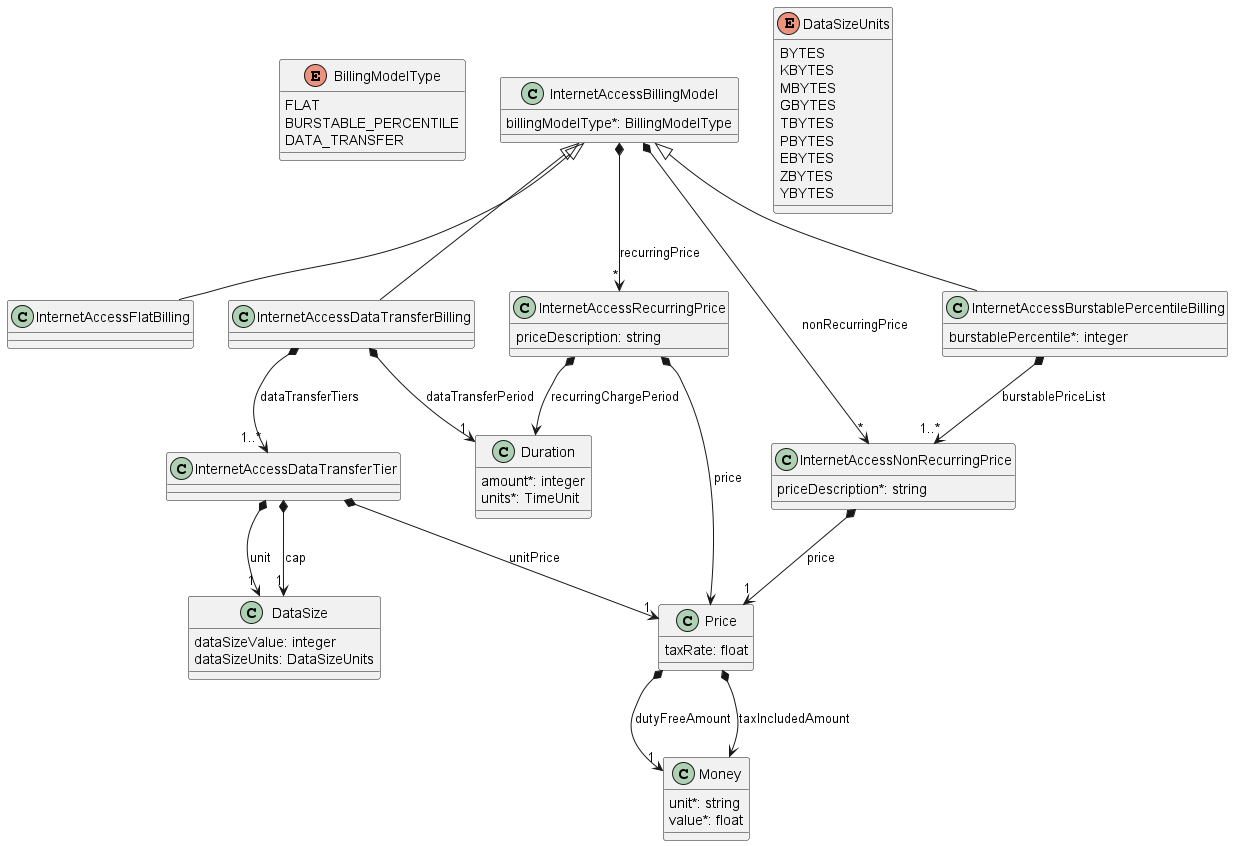
Before: documentation/productSchema/ip/internetAccess/MEF 139.1 resources/media/16Billing.png, a diagram exported from PlantUML (MEF-GIT/MEF-LSO-Sonata-SDK). Its diagram source:
```plantuml
@startuml


enum BillingModelType {

    FLAT
    BURSTABLE_PERCENTILE
    DATA_TRANSFER
}

class InternetAccessFlatBilling {

}
InternetAccessBillingModel <|-- InternetAccessFlatBilling


class InternetAccessBurstablePercentileBilling {

    burstablePercentile*: integer
}
InternetAccessBillingModel <|-- InternetAccessBurstablePercentileBilling

InternetAccessBurstablePercentileBilling *-->"1..*" InternetAccessNonRecurringPrice : burstablePriceList


class InternetAccessDataTransferBilling {

}
InternetAccessBillingModel <|-- InternetAccessDataTransferBilling

InternetAccessDataTransferBilling *-->"1" Duration : dataTransferPeriod
InternetAccessDataTransferBilling *-->"1..*" InternetAccessDataTransferTier : dataTransferTiers


class InternetAccessBillingModel {

    billingModelType*: BillingModelType
}

InternetAccessBillingModel *-->"*" InternetAccessNonRecurringPrice : nonRecurringPrice
InternetAccessBillingModel *-->"*" InternetAccessRecurringPrice : recurringPrice




class InternetAccessDataTransferTier {

}

InternetAccessDataTransferTier *-->"1" DataSize : unit
InternetAccessDataTransferTier *-->"1" DataSize : cap
InternetAccessDataTransferTier *-->"1" Price : unitPrice



class InternetAccessNonRecurringPrice {

    priceDescription*: string
}

InternetAccessNonRecurringPrice *-->"1" Price : price


class InternetAccessRecurringPrice {

    priceDescription: string
}

InternetAccessRecurringPrice *--> Price : price
InternetAccessRecurringPrice *--> Duration : recurringChargePeriod

class Price {

    taxRate: float
}

Price *-->"1" Money : dutyFreeAmount
Price *--> Money : taxIncludedAmount

class Money {

    unit*: string
    value*: float
}

class Duration {

    amount*: integer
    units*: TimeUnit
}




class DataSize {

    dataSizeValue: integer
    dataSizeUnits: DataSizeUnits
}



enum DataSizeUnits {

    BYTES
    KBYTES
    MBYTES
    GBYTES
    TBYTES
    PBYTES
    EBYTES
    ZBYTES
    YBYTES
}


@enduml
```
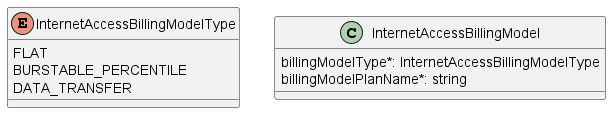
After the commit.

What changed in the source:
```diff
@@ -1,117 +1,22 @@
 @startuml
 
 
-enum BillingModelType {
+enum InternetAccessBillingModelType {
 
     FLAT
     BURSTABLE_PERCENTILE
     DATA_TRANSFER
 }
 
-class InternetAccessFlatBilling {
-
-}
-InternetAccessBillingModel <|-- InternetAccessFlatBilling
-
-
-class InternetAccessBurstablePercentileBilling {
-
-    burstablePercentile*: integer
-}
-InternetAccessBillingModel <|-- InternetAccessBurstablePercentileBilling
-
-InternetAccessBurstablePercentileBilling *-->"1..*" InternetAccessNonRecurringPrice : burstablePriceList
-
-
-class InternetAccessDataTransferBilling {
-
-}
-InternetAccessBillingModel <|-- InternetAccessDataTransferBilling
-
-InternetAccessDataTransferBilling *-->"1" Duration : dataTransferPeriod
-InternetAccessDataTransferBilling *-->"1..*" InternetAccessDataTransferTier : dataTransferTiers
-
 
 class InternetAccessBillingModel {
 
-    billingModelType*: BillingModelType
-}
-
-InternetAccessBillingModel *-->"*" InternetAccessNonRecurringPrice : nonRecurringPrice
-InternetAccessBillingModel *-->"*" InternetAccessRecurringPrice : recurringPrice
-
-
-
-
-class InternetAccessDataTransferTier {
-
-}
-
-InternetAccessDataTransferTier *-->"1" DataSize : unit
-InternetAccessDataTransferTier *-->"1" DataSize : cap
-InternetAccessDataTransferTier *-->"1" Price : unitPrice
-
-
-
-class InternetAccessNonRecurringPrice {
-
-    priceDescription*: string
-}
-
-InternetAccessNonRecurringPrice *-->"1" Price : price
-
-
-class InternetAccessRecurringPrice {
-
-    priceDescription: string
-}
-
-InternetAccessRecurringPrice *--> Price : price
-InternetAccessRecurringPrice *--> Duration : recurringChargePeriod
-
-class Price {
-
-    taxRate: float
-}
-
-Price *-->"1" Money : dutyFreeAmount
-Price *--> Money : taxIncludedAmount
-
-class Money {
-
-    unit*: string
-    value*: float
-}
-
-class Duration {
-
-    amount*: integer
-    units*: TimeUnit
+    billingModelType*: InternetAccessBillingModelType
+    billingModelPlanName*: string
 }
 
 
 
 
-class DataSize {
-
-    dataSizeValue: integer
-    dataSizeUnits: DataSizeUnits
-}
-
-
-
-enum DataSizeUnits {
-
-    BYTES
-    KBYTES
-    MBYTES
-    GBYTES
-    TBYTES
-    PBYTES
-    EBYTES
-    ZBYTES
-    YBYTES
-}
-
 
 @enduml
```
